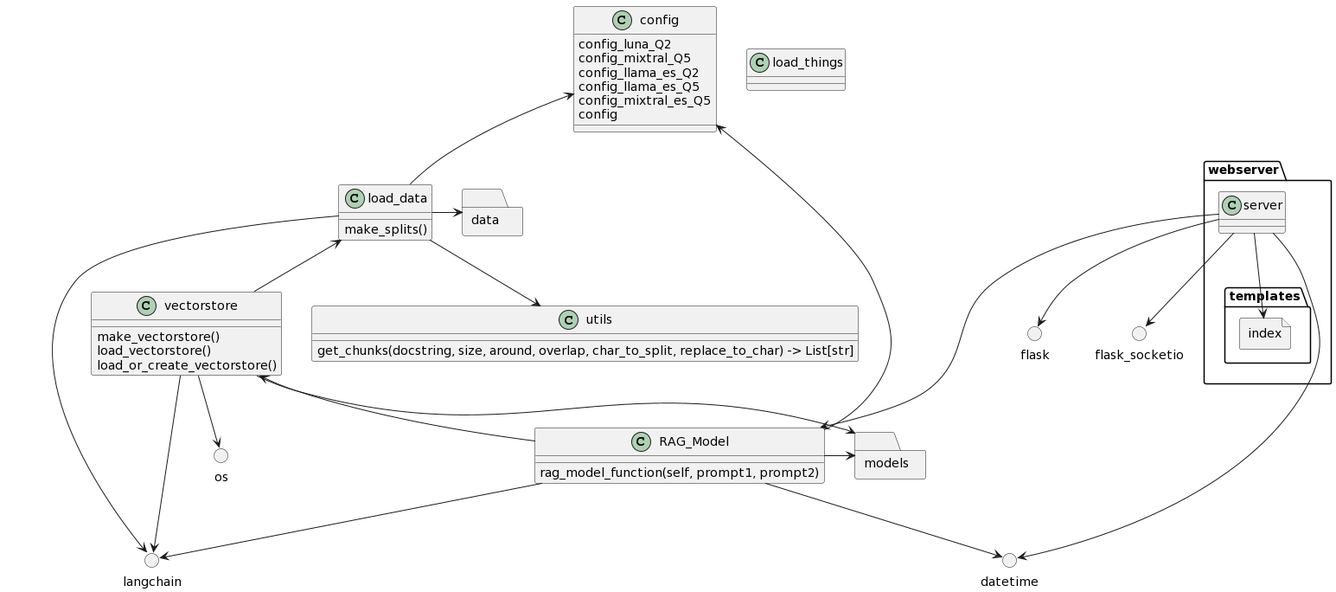
Above: docs/class-full.png in erickfmm/llm-simple-rag (PlantUML), before the change.
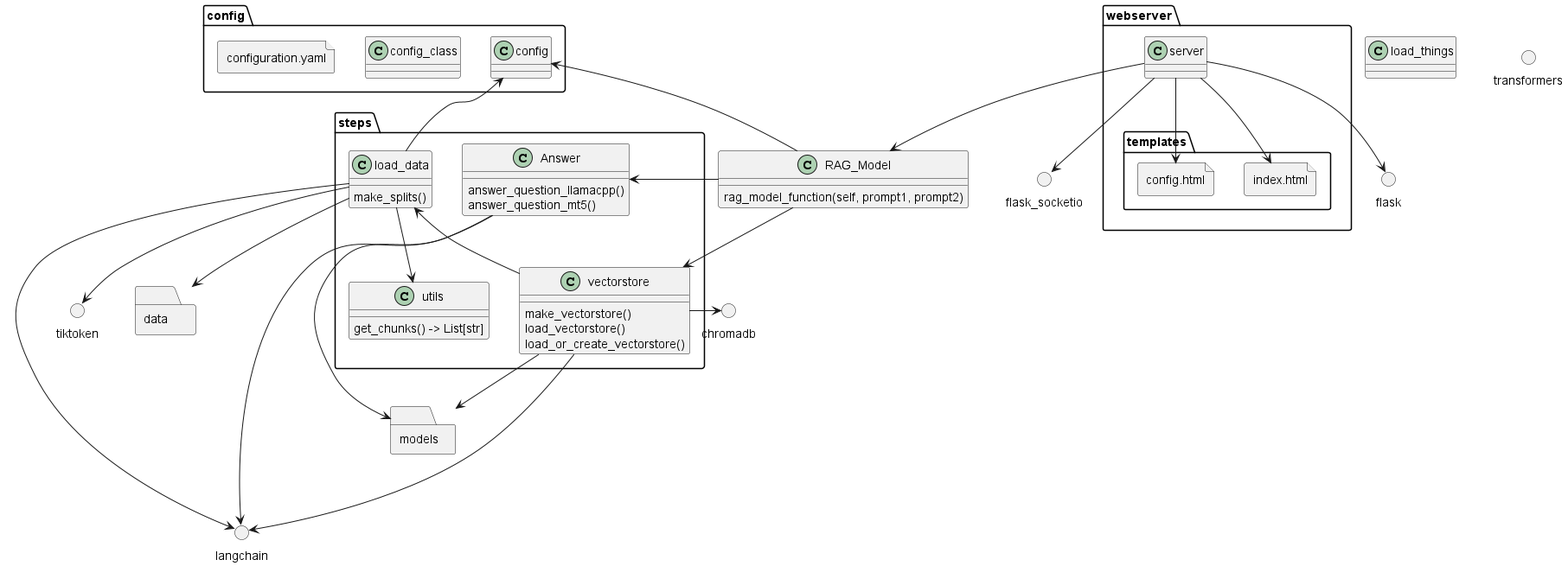
After the change.

What changed in the source:
```diff
@@ -1,14 +1,7 @@
 @startuml
 allowmixing
-class vectorstore{
-make_vectorstore()
-load_vectorstore()
-load_or_create_vectorstore()
-}
 
-class utils {
-get_chunks(docstring, size, around, overlap, char_to_split, replace_to_char) -> List[str]
-}
+
 
 class RAG_Model {
 rag_model_function(self, prompt1, prompt2)
@@ -16,18 +9,36 @@
 
 class load_things {
 }
+folder steps {
+class load_data {
+    make_splits()
+    }
+class utils {
+get_chunks() -> List[str]
+}
+class vectorstore{
+make_vectorstore()
+load_vectorstore()
+load_or_create_vectorstore()
+}
+class Answer{
+    answer_question_llamacpp()
+    answer_question_mt5()
 
-class load_data {
-make_splits()
 }
 
+}
+
+folder config {
 class config {
-config_luna_Q2
-config_mixtral_Q5
-config_llama_es_Q2
-config_llama_es_Q5
-config_mixtral_es_Q5
-config
+
+}
+class config_class {
+
+}
+file configuration.yaml {
+
+}
 }
 
 
@@ -37,37 +48,53 @@
 
 }
 folder templates {
-file index
+file index.html {
+
+}
+file config.html {
+
+}
 }
 }
 
 folder models
 folder data
 
+
+
+
+
+
 () langchain
-() os
-() datetime
 () flask
 () flask_socketio
+() transformers
+() tiktoken
+() chromadb
+
+
+Answer ---> langchain
+server --> flask
+server --> flask_socketio
+load_data ---> langchain
+vectorstore ---> langchain
+vectorstore -> chromadb
+load_data --> tiktoken
 
 config <-- load_data
 config <-- RAG_Model
 vectorstore <-- RAG_Model
 load_data <-- vectorstore
-vectorstore --> langchain
-vectorstore --> os
-RAG_Model --> langchain
-RAG_Model --> datetime
-load_data ---> langchain
+
 load_data --> utils
 
-vectorstore -> models
-RAG_Model -> models
-load_data -> data
+vectorstore --> models
+RAG_Model ---> Answer
+load_data --> data
+Answer ---> models
 
-server ---> RAG_Model
-server --> index
-server --> datetime
-server --> flask
-server --> flask_socketio
+server --> RAG_Model
+server --> index.html
+server --> config.html
+
 @enduml
```
